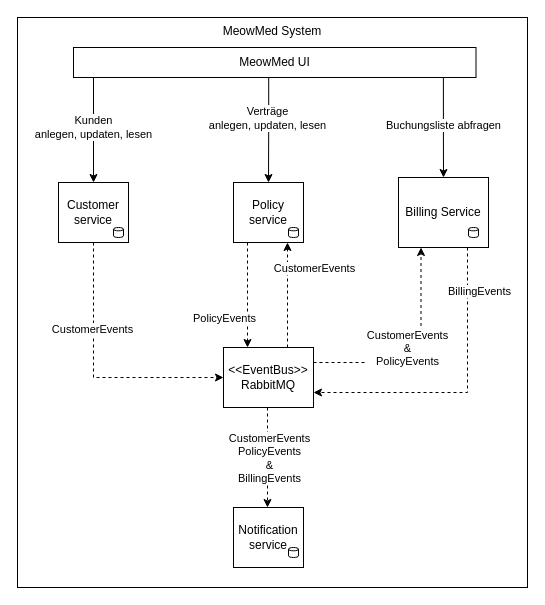
Earlier version of the draw.io diagram EDA/UML/BausteinSicht/Level 1/EDABausteinSichtLevel1Technisch.drawio (danieland2606/Bachelorprojekt). Source tidied: cells renumbered, new cells numbered last; positions are measured from the earlier drawing's top-left corner, leaving out a move shared by most shapes. Both pictures are drawn from the tidied source at 100%, with x=0, y=0 at pixel (17, 17).
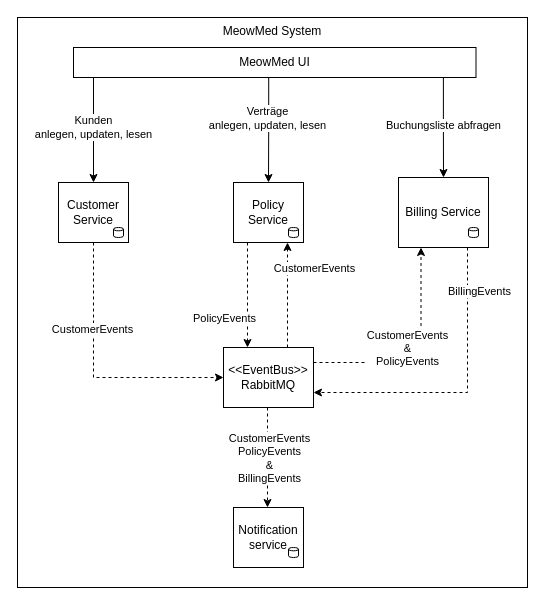
The same page after the edit.

Diff of the diagram source:
```diff
@@
-    <mxCell id="6" value="Customer service" style="rounded=0;whiteSpace=wrap;html=1;" parent="1" vertex="1">
+    <mxCell id="6" value="Customer Service" style="rounded=0;whiteSpace=wrap;html=1;" parent="1" vertex="1">
       <mxGeometry x="41" y="165" width="70" height="60" as="geometry" />
     </mxCell>
@@
-    <mxCell id="9" value="Policy service" style="rounded=0;whiteSpace=wrap;html=1;" parent="1" vertex="1">
+    <mxCell id="9" value="Policy Service" style="rounded=0;whiteSpace=wrap;html=1;" parent="1" vertex="1">
       <mxGeometry x="216" y="165" width="70" height="60" as="geometry" />
     </mxCell>
```
